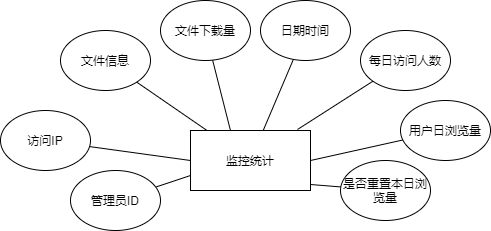
The draw.io diagram 监控统计实体E-R图.png in deepinsea/draw, before a commit. Source tidied: cells renumbered, new cells last; positions are measured from the earlier drawing's top-left corner, leaving out a move shared by most shapes.
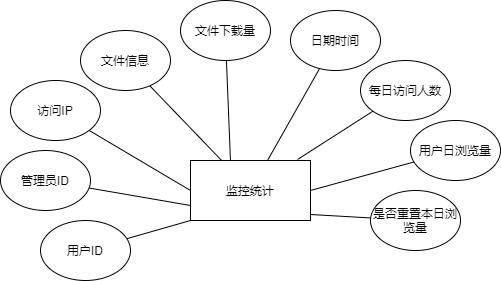
Later version of the same file.

Commit message:
更新监控统计实体E-R图.png

The edit, as a diff of the source:
```diff
@@ -9,31 +9,31 @@
       <mxGeometry relative="1" as="geometry" />
     </mxCell>
     <mxCell id="4" value="访问IP" style="ellipse;whiteSpace=wrap;html=1;" parent="1" vertex="1">
-      <mxGeometry y="110" width="90" height="60" as="geometry" />
+      <mxGeometry x="10" y="50" width="90" height="60" as="geometry" />
     </mxCell>
     <mxCell id="5" style="edgeStyle=none;rounded=0;jettySize=auto;html=1;entryX=0;entryY=0.75;entryDx=0;entryDy=0;endArrow=none;endFill=0;" parent="1" edge="1" source="6" target="2">
       <mxGeometry relative="1" as="geometry" />
     </mxCell>
     <mxCell id="6" value="管理员ID" style="ellipse;whiteSpace=wrap;html=1;" parent="1" vertex="1">
-      <mxGeometry x="70" y="170" width="90" height="60" as="geometry" />
+      <mxGeometry y="120" width="90" height="60" as="geometry" />
     </mxCell>
     <mxCell id="7" style="edgeStyle=none;rounded=0;jettySize=auto;html=1;endArrow=none;endFill=0;" parent="1" edge="1" source="8" target="2">
       <mxGeometry relative="1" as="geometry" />
     </mxCell>
     <mxCell id="8" value="文件信息" style="ellipse;whiteSpace=wrap;html=1;" parent="1" vertex="1">
-      <mxGeometry x="60" y="30" width="90" height="60" as="geometry" />
+      <mxGeometry x="80" width="90" height="60" as="geometry" />
     </mxCell>
     <mxCell id="9" style="edgeStyle=none;rounded=0;jettySize=auto;html=1;entryX=0.333;entryY=0;entryDx=0;entryDy=0;entryPerimeter=0;endArrow=none;endFill=0;" parent="1" edge="1" source="10" target="2">
       <mxGeometry relative="1" as="geometry" />
     </mxCell>
     <mxCell id="10" value="文件下载量" style="ellipse;whiteSpace=wrap;html=1;" parent="1" vertex="1">
-      <mxGeometry x="160" width="90" height="60" as="geometry" />
+      <mxGeometry x="180" y="-30" width="90" height="60" as="geometry" />
     </mxCell>
     <mxCell id="11" style="edgeStyle=none;rounded=0;jettySize=auto;html=1;endArrow=none;endFill=0;" parent="1" edge="1" source="12" target="2">
       <mxGeometry relative="1" as="geometry" />
     </mxCell>
     <mxCell id="12" value="日期时间" style="ellipse;whiteSpace=wrap;html=1;" parent="1" vertex="1">
-      <mxGeometry x="260" width="90" height="60" as="geometry" />
+      <mxGeometry x="290" y="-20" width="90" height="60" as="geometry" />
     </mxCell>
     <mxCell id="13" style="edgeStyle=none;rounded=0;jettySize=auto;html=1;entryX=0.892;entryY=-0.017;entryDx=0;entryDy=0;entryPerimeter=0;endArrow=none;endFill=0;" parent="1" edge="1" source="14" target="2">
       <mxGeometry relative="1" as="geometry" />
@@ -45,13 +45,19 @@
       <mxGeometry relative="1" as="geometry" />
     </mxCell>
     <mxCell id="16" value="用户日浏览量" style="ellipse;whiteSpace=wrap;html=1;" parent="1" vertex="1">
-      <mxGeometry x="400" y="100" width="90" height="60" as="geometry" />
+      <mxGeometry x="410" y="90" width="90" height="60" as="geometry" />
     </mxCell>
     <mxCell id="17" style="edgeStyle=none;rounded=0;jettySize=auto;html=1;entryX=1;entryY=0.9;entryDx=0;entryDy=0;entryPerimeter=0;endArrow=none;endFill=0;" parent="1" edge="1" source="18" target="2">
       <mxGeometry relative="1" as="geometry" />
     </mxCell>
     <mxCell id="18" value="是否重置本日浏览量" style="ellipse;whiteSpace=wrap;html=1;" parent="1" vertex="1">
-      <mxGeometry x="340" y="160" width="90" height="60" as="geometry" />
+      <mxGeometry x="370" y="160" width="90" height="60" as="geometry" />
     </mxCell>
+    <mxCell id="19" style="rounded=0;jettySize=auto;html=1;entryX=0;entryY=1;entryDx=0;entryDy=0;endArrow=none;endFill=0;" parent="1" edge="1" source="20" target="2">
+      <mxGeometry relative="1" as="geometry" />
+    </mxCell>
+    <mxCell id="20" value="用户ID" style="ellipse;whiteSpace=wrap;html=1;" parent="1" vertex="1">
+      <mxGeometry x="40" y="190" width="90" height="60" as="geometry" />
+    </mxCell>
   </root>
 </mxGraphModel>
```
